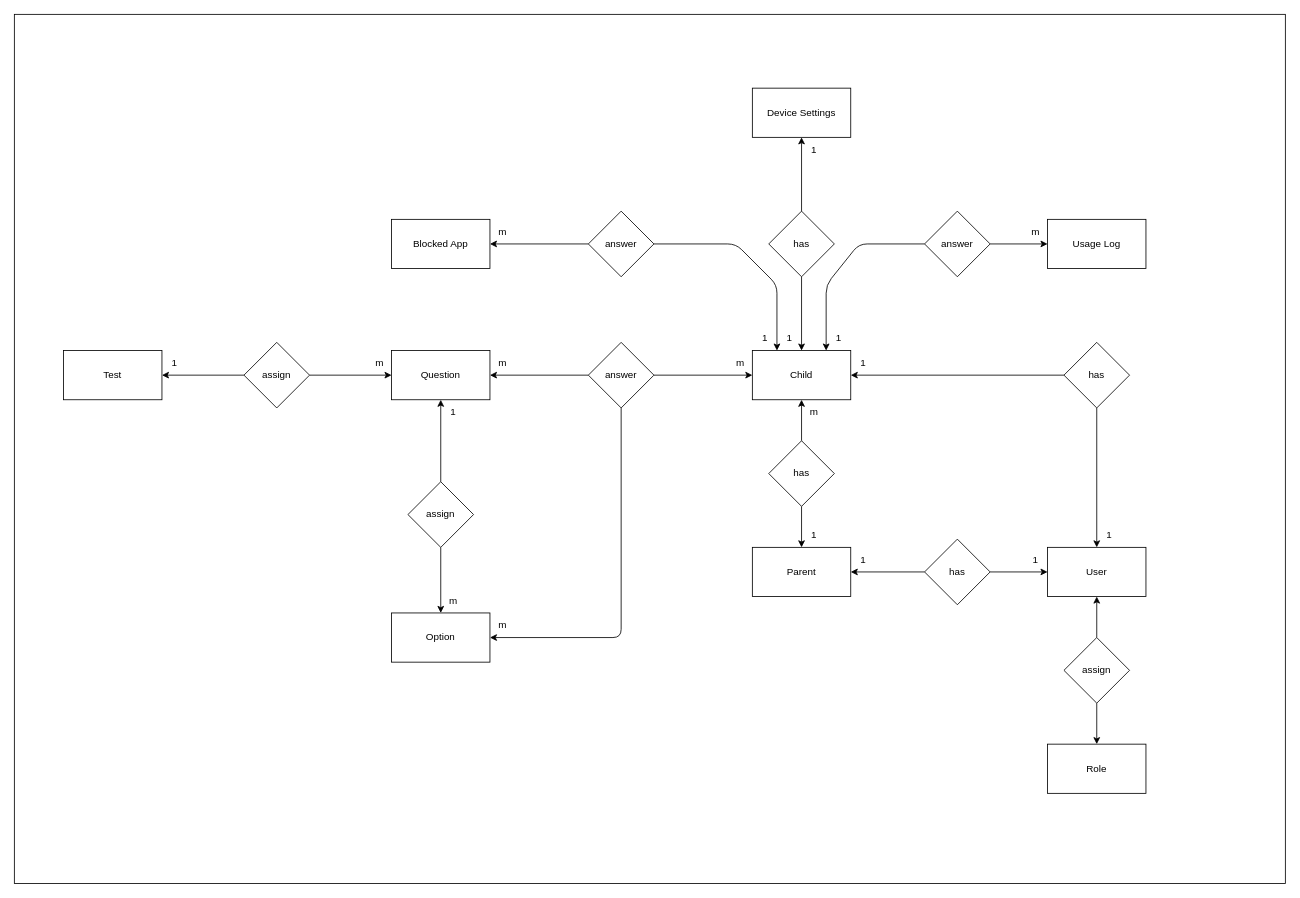
This is docs/erd.drawio from sherifdahy/hakason-project, a draw.io file, before an edit. Source tidied: cells renumbered, new cells numbered last; positions are measured from the earlier drawing's top-left corner, leaving out a move shared by most shapes. Both pictures are drawn from the tidied source at 82%, with x=0, y=0 at pixel (14, 14).
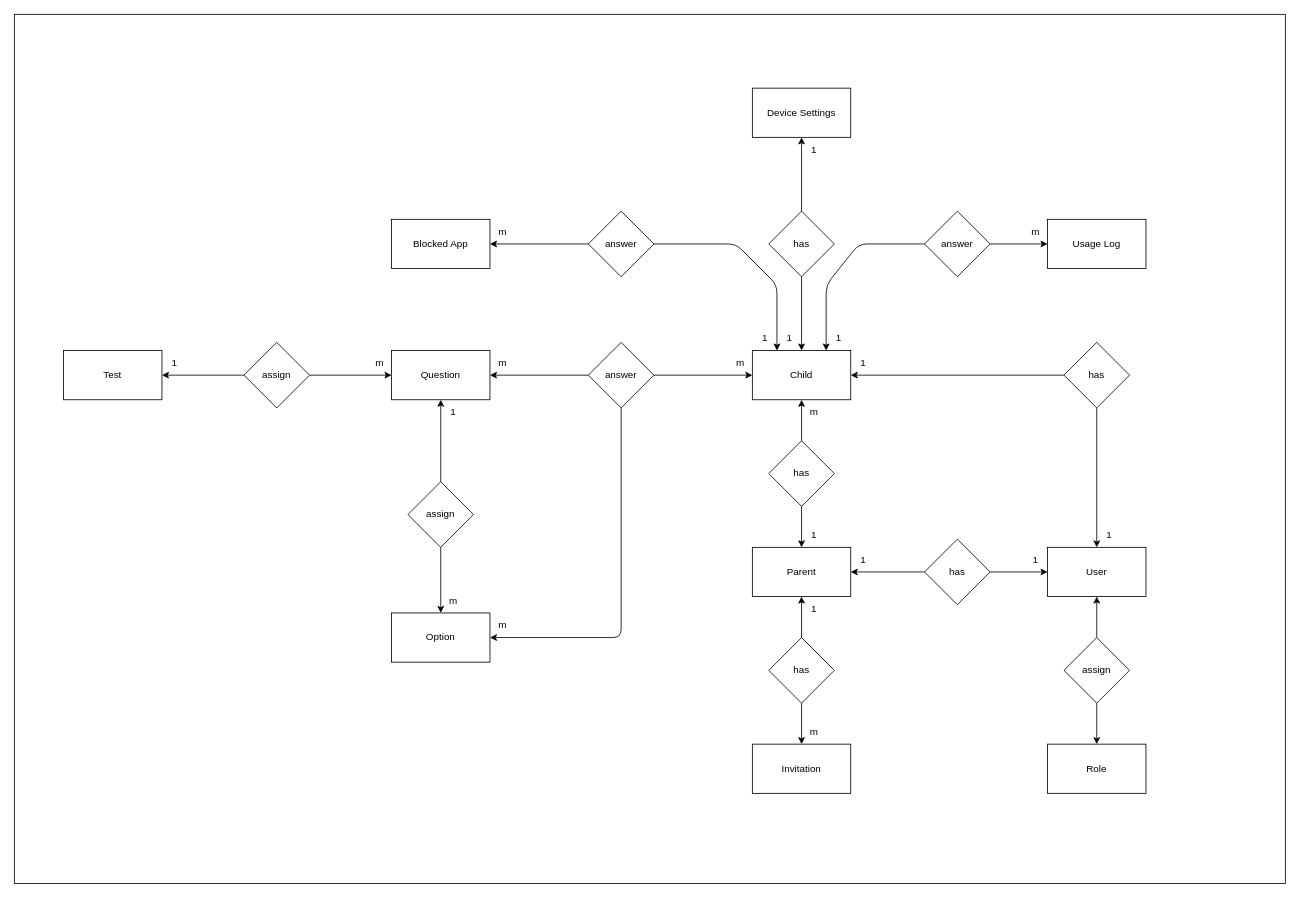
After the change.

The change refers to these unchanged cells:
```xml
<mxCell id="3" value="Parent" style="rounded=0;whiteSpace=wrap;html=1;" parent="1" vertex="1">
  <mxGeometry x="900" y="650" width="120" height="60" as="geometry" />
</mxCell>
```

The edit, as a diff of the source:
```diff
@@
+    <mxCell id="63" value="Invitation" style="rounded=0;whiteSpace=wrap;html=1;" parent="1" vertex="1">
+      <mxGeometry x="900" y="890" width="120" height="60" as="geometry" />
+    </mxCell>
+    <mxCell id="64" style="edgeStyle=none;html=1;entryX=0.5;entryY=1;entryDx=0;entryDy=0;" parent="1" edge="1" source="66" target="3">
+      <mxGeometry relative="1" as="geometry" />
+    </mxCell>
+    <mxCell id="65" style="edgeStyle=none;html=1;entryX=0.5;entryY=0;entryDx=0;entryDy=0;" parent="1" edge="1" source="66" target="63">
+      <mxGeometry relative="1" as="geometry" />
+    </mxCell>
+    <mxCell id="66" value="has" style="rhombus;whiteSpace=wrap;html=1;" parent="1" vertex="1">
+      <mxGeometry x="920" y="760" width="80" height="80" as="geometry" />
+    </mxCell>
+    <mxCell id="67" value="1" style="text;html=1;align=center;verticalAlign=middle;strokeColor=none;fillColor=none;" parent="1" vertex="1">
+      <mxGeometry x="960" y="710" width="30" height="30" as="geometry" />
+    </mxCell>
+    <mxCell id="68" value="m" style="text;html=1;align=center;verticalAlign=middle;strokeColor=none;fillColor=none;" parent="1" vertex="1">
+      <mxGeometry x="960" y="860" width="30" height="30" as="geometry" />
+    </mxCell>
```
